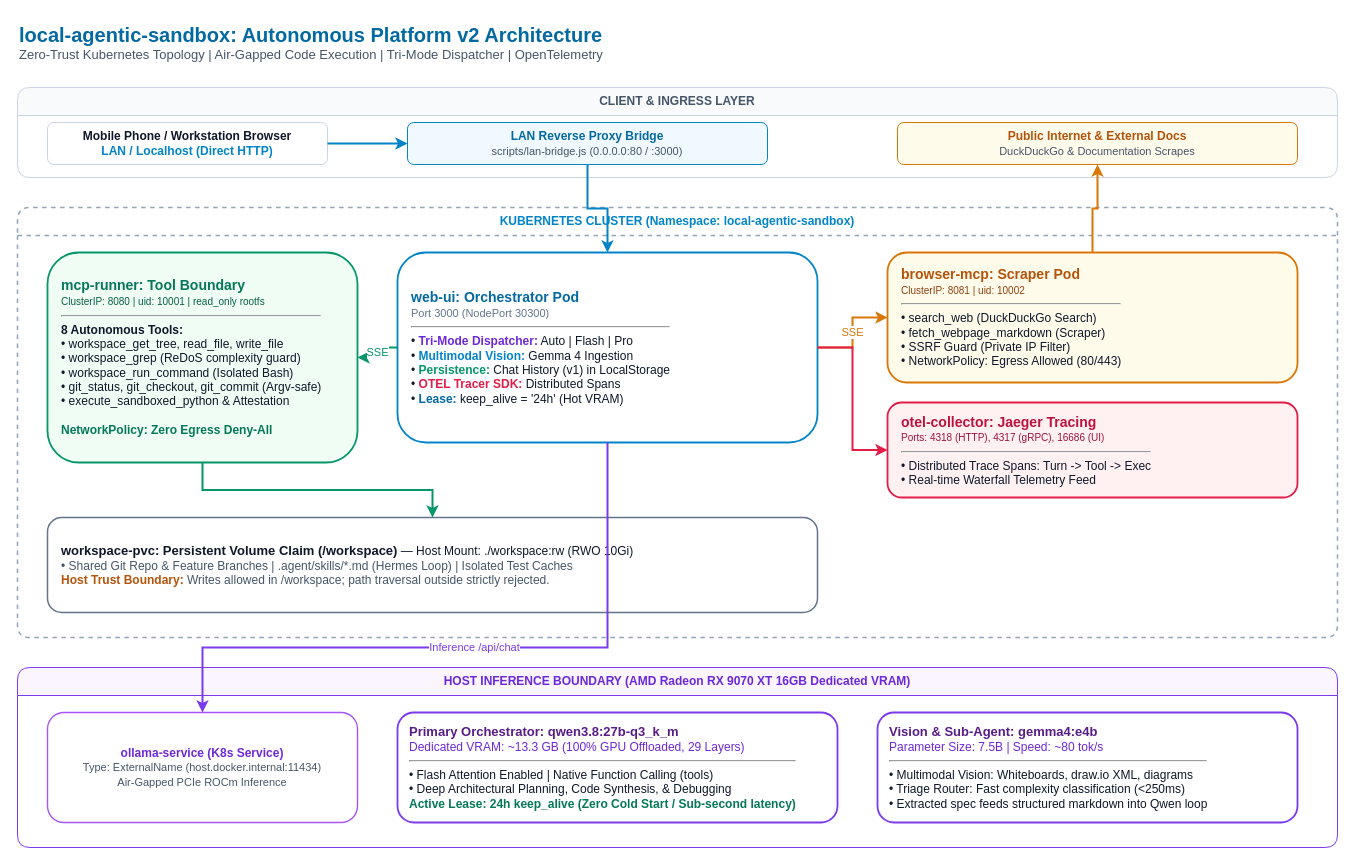
The draw.io diagram docs/architecture.drawio in ZackMcColgan/local-agentic-sandbox, before the edit. Source tidied: cells renumbered, new cells numbered last; positions are measured from the earlier drawing's top-left corner, leaving out a move shared by most shapes. Both pictures are drawn from the tidied source at 100%, with x=0, y=0 at pixel (17, 17).
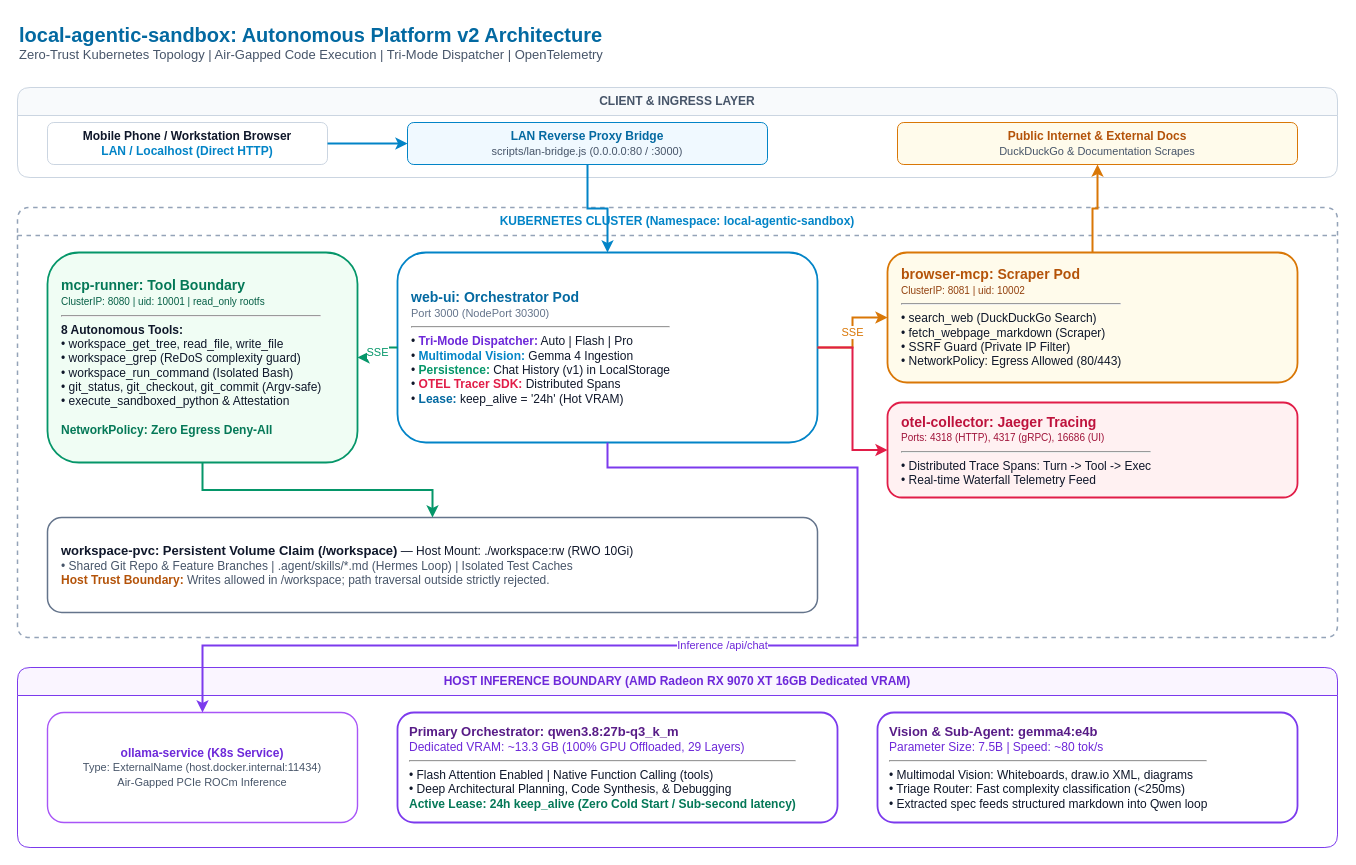
After the change.

Unchanged cells that the change refers to:
```xml
<mxCell id="8" value="&lt;b style='font-size: 14px; color: #0369a1;'&gt;web-ui: Orchestrator Pod&lt;/b&gt;&lt;br/&gt;&lt;span style='color: #64748b; font-size: 11px;'&gt;Port 3000 (NodePort 30300)&lt;/span&gt;&lt;hr/&gt;• &lt;b style='color: #6d28d9;'&gt;Tri-Mode Dispatcher:&lt;/b&gt; Auto | Flash | Pro&lt;br/&gt;• &lt;b style='color: #0284c7;'&gt;Multimodal Vision:&lt;/b&gt; Gemma 4 Ingestion&lt;br/&gt;• &lt;b style='color: #059669;'&gt;Persistence:&lt;/b&gt; Chat History (v1) in LocalStorage&lt;br/&gt;• &lt;b style='color: #e11d48;'&gt;OTEL Tracer SDK:&lt;/b&gt; Distributed Spans&lt;br/&gt;• &lt;b style='color: #0369a1;'&gt;Lease:&lt;/b&gt; keep_alive = '24h' (Hot VRAM)" style="rounded=1;whiteSpace=wrap;html=1;fillColor=#ffffff;strokeColor=#0284c7;strokeWidth=1.8;fontColor=#0f172a;align=left;spacingLeft=12;" parent="7" vertex="1">
  <mxGeometry x="380" y="45" width="420" height="190" as="geometry" />
</mxCell>
<mxCell id="14" value="&lt;b style='color: #6d28d9;'&gt;ollama-service (K8s Service)&lt;/b&gt;&lt;br/&gt;&lt;span style='font-size: 11px; color: #475569;'&gt;Type: ExternalName (host.docker.internal:11434)&lt;br/&gt;Air-Gapped PCIe ROCm Inference&lt;/span&gt;" style="rounded=1;whiteSpace=wrap;html=1;fillColor=#ffffff;strokeColor=#a855f7;strokeWidth=1.4;fontColor=#0f172a;" parent="13" vertex="1">
  <mxGeometry x="30" y="45" width="310" height="110" as="geometry" />
</mxCell>
```

Diff of the diagram source:
```diff
@@
-    <mxCell id="24" value="Inference /api/chat" style="edgeStyle=orthogonalEdgeStyle;rounded=0;jettySize=auto;html=1;strokeColor=#7c3aed;strokeWidth=2;fontColor=#7c3aed;" parent="1" edge="1" source="8" target="14">
+    <mxCell id="24" value="Inference /api/chat" style="edgeStyle=orthogonalEdgeStyle;rounded=0;jettySize=auto;html=1;strokeColor=#7c3aed;strokeWidth=2;fontColor=#6d28d9;fillColor=#ffffff;" parent="1" edge="1" source="8" target="14">
       <mxGeometry relative="1" as="geometry">
         <Array as="points">
-          <mxPoint x="590" y="630" />
-          <mxPoint x="185" y="630" />
+          <mxPoint x="840" y="450" />
+          <mxPoint x="840" y="628" />
+          <mxPoint x="185" y="628" />
         </Array>
       </mxGeometry>
     </mxCell>
```
